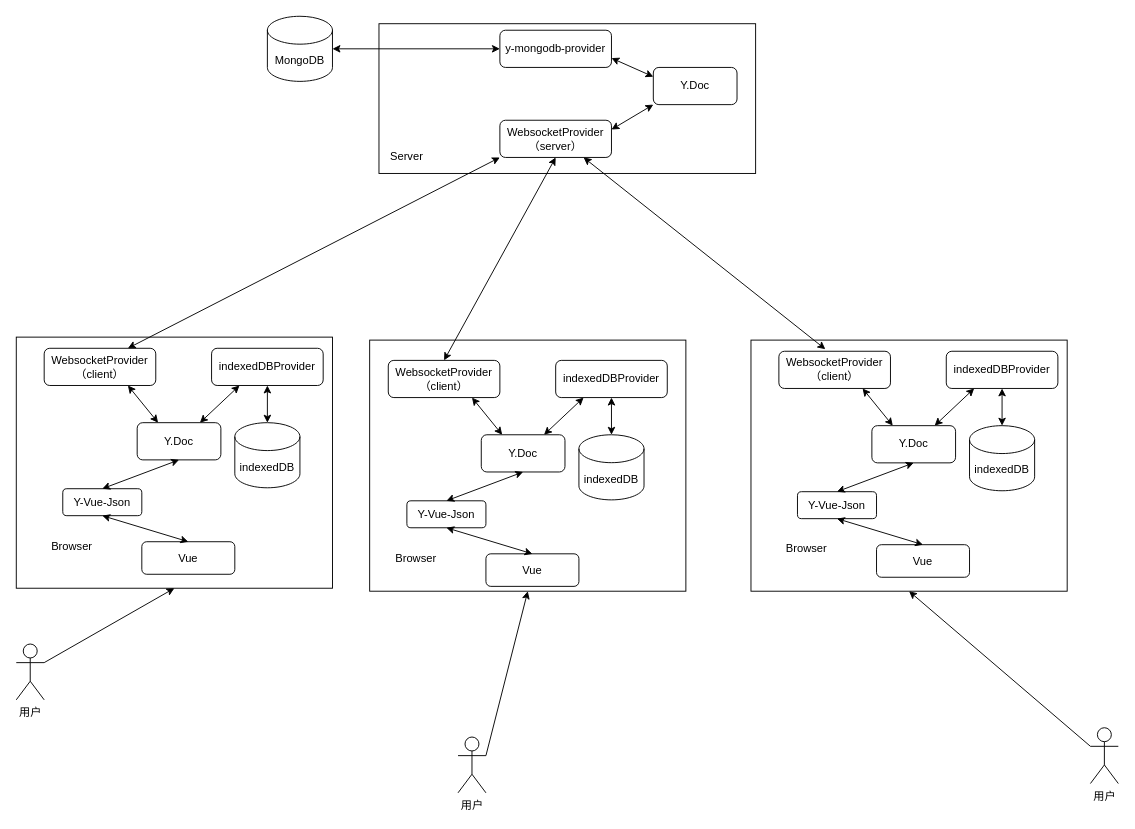
The draw.io diagram 协同编辑概要设计.drawio in yuxinyu12345/diagrams, before the edit. Source tidied: cells renumbered, new cells numbered last; positions are measured from the earlier drawing's top-left corner, leaving out a move shared by most shapes. Both pictures are drawn from the tidied source at 93%, with x=0, y=0 at pixel (16, 16).
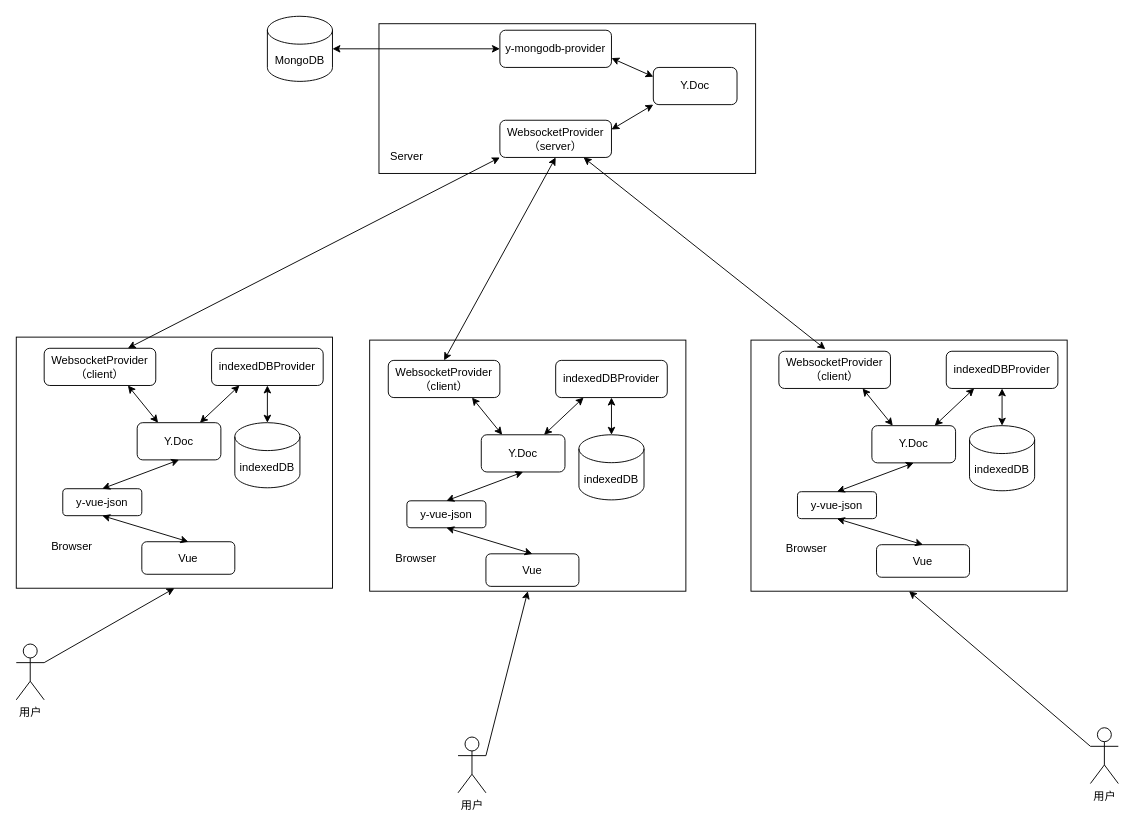
The same page after the edit.

Commit message (it also covers changes not shown here):
更新协同编辑概要设计.drawio

Change to the diagram source:
```diff
@@
-    <mxCell id="26" value="Y-Vue-Json" style="rounded=1;whiteSpace=wrap;html=1;" parent="1" vertex="1">
+    <mxCell id="26" value="y-vue-json" style="rounded=1;whiteSpace=wrap;html=1;" parent="1" vertex="1">
       <mxGeometry x="50" y="508" width="85" height="29" as="geometry" />
     </mxCell>
@@
-    <mxCell id="42" value="Y-Vue-Json" style="rounded=1;whiteSpace=wrap;html=1;" parent="1" vertex="1">
+    <mxCell id="42" value="y-vue-json" style="rounded=1;whiteSpace=wrap;html=1;" parent="1" vertex="1">
       <mxGeometry x="420" y="521" width="85" height="29" as="geometry" />
     </mxCell>
@@
-    <mxCell id="56" value="Y-Vue-Json" style="rounded=1;whiteSpace=wrap;html=1;" parent="1" vertex="1">
+    <mxCell id="56" value="y-vue-json" style="rounded=1;whiteSpace=wrap;html=1;" parent="1" vertex="1">
       <mxGeometry x="840" y="511.2" width="85" height="29" as="geometry" />
     </mxCell>
```
